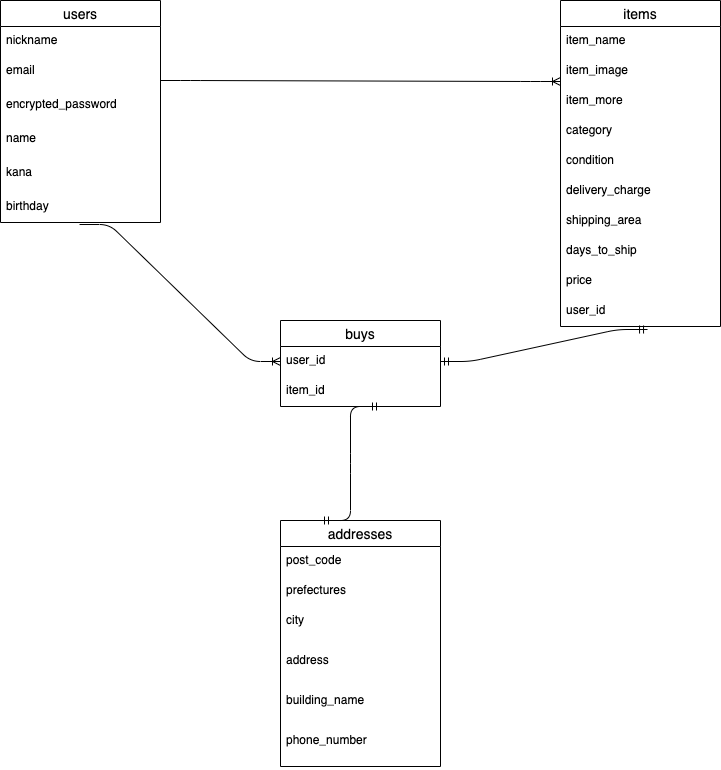
Above: furima.drawio.png in IKECHAN79/furima-37592 (draw.io), before the change. Source tidied: cells renumbered, new cells last; positions are measured from the earlier drawing's top-left corner, leaving out a move shared by most shapes. Source of this version:
```xml
<mxGraphModel>
  <root>
    <mxCell id="0" />
    <mxCell id="1" parent="0" />
    <mxCell id="2" value="users" style="swimlane;fontStyle=0;horizontal=1;startSize=26;align=center;fontSize=14;" parent="1" vertex="1">
      <mxGeometry width="160" height="222" as="geometry" />
    </mxCell>
    <mxCell id="3" value="nickname" style="text;strokeColor=none;fillColor=none;spacingLeft=4;spacingRight=4;overflow=hidden;fontSize=12;" parent="2" vertex="1">
      <mxGeometry y="26" width="160" height="30" as="geometry" />
    </mxCell>
    <mxCell id="4" value="email" style="text;strokeColor=none;fillColor=none;spacingLeft=4;spacingRight=4;overflow=hidden;fontSize=12;" parent="2" vertex="1">
      <mxGeometry y="56" width="160" height="30" as="geometry" />
    </mxCell>
    <mxCell id="5" value="encrypted_password" style="text;strokeColor=none;fillColor=none;spacingLeft=4;spacingRight=4;overflow=hidden;fontSize=12;verticalAlign=middle;" parent="2" vertex="1">
      <mxGeometry y="86" width="160" height="34" as="geometry" />
    </mxCell>
    <mxCell id="6" value="name" style="text;strokeColor=none;fillColor=none;spacingLeft=4;spacingRight=4;overflow=hidden;fontSize=12;verticalAlign=middle;" parent="2" vertex="1">
      <mxGeometry y="120" width="160" height="34" as="geometry" />
    </mxCell>
    <mxCell id="7" value="kana" style="text;strokeColor=none;fillColor=none;spacingLeft=4;spacingRight=4;overflow=hidden;fontSize=12;verticalAlign=middle;" parent="2" vertex="1">
      <mxGeometry y="154" width="160" height="34" as="geometry" />
    </mxCell>
    <mxCell id="8" value="birthday" style="text;strokeColor=none;fillColor=none;spacingLeft=4;spacingRight=4;overflow=hidden;points=[[0,0.5],[1,0.5]];portConstraint=eastwest;fontSize=12;verticalAlign=middle;" parent="2" vertex="1">
      <mxGeometry y="188" width="160" height="34" as="geometry" />
    </mxCell>
    <mxCell id="9" value="items" style="swimlane;fontStyle=0;horizontal=1;startSize=26;align=center;fontSize=14;" parent="1" vertex="1">
      <mxGeometry x="560" width="160" height="326" as="geometry" />
    </mxCell>
    <mxCell id="10" value="item_name" style="text;strokeColor=none;fillColor=none;spacingLeft=4;spacingRight=4;overflow=hidden;fontSize=12;" parent="9" vertex="1">
      <mxGeometry y="26" width="160" height="30" as="geometry" />
    </mxCell>
    <mxCell id="11" value="item_image" style="text;strokeColor=none;fillColor=none;spacingLeft=4;spacingRight=4;overflow=hidden;fontSize=12;" parent="9" vertex="1">
      <mxGeometry y="56" width="160" height="30" as="geometry" />
    </mxCell>
    <mxCell id="12" value="item_more" style="text;strokeColor=none;fillColor=none;spacingLeft=4;spacingRight=4;overflow=hidden;fontSize=12;" parent="9" vertex="1">
      <mxGeometry y="86" width="160" height="30" as="geometry" />
    </mxCell>
    <mxCell id="13" value="category" style="text;strokeColor=none;fillColor=none;spacingLeft=4;spacingRight=4;overflow=hidden;fontSize=12;" parent="9" vertex="1">
      <mxGeometry y="116" width="160" height="30" as="geometry" />
    </mxCell>
    <mxCell id="14" value="condition" style="text;strokeColor=none;fillColor=none;spacingLeft=4;spacingRight=4;overflow=hidden;fontSize=12;" parent="9" vertex="1">
      <mxGeometry y="146" width="160" height="30" as="geometry" />
    </mxCell>
    <mxCell id="15" value="delivery_charge" style="text;strokeColor=none;fillColor=none;spacingLeft=4;spacingRight=4;overflow=hidden;fontSize=12;" parent="9" vertex="1">
      <mxGeometry y="176" width="160" height="30" as="geometry" />
    </mxCell>
    <mxCell id="16" value="shipping_area" style="text;strokeColor=none;fillColor=none;spacingLeft=4;spacingRight=4;overflow=hidden;fontSize=12;" parent="9" vertex="1">
      <mxGeometry y="206" width="160" height="30" as="geometry" />
    </mxCell>
    <mxCell id="17" value="days_to_ship" style="text;strokeColor=none;fillColor=none;spacingLeft=4;spacingRight=4;overflow=hidden;fontSize=12;" parent="9" vertex="1">
      <mxGeometry y="236" width="160" height="30" as="geometry" />
    </mxCell>
    <mxCell id="18" value="price" style="text;strokeColor=none;fillColor=none;spacingLeft=4;spacingRight=4;overflow=hidden;fontSize=12;" parent="9" vertex="1">
      <mxGeometry y="266" width="160" height="30" as="geometry" />
    </mxCell>
    <mxCell id="19" value="user_id" style="text;strokeColor=none;fillColor=none;spacingLeft=4;spacingRight=4;overflow=hidden;points=[[0,0.5],[1,0.5]];portConstraint=eastwest;fontSize=12;" parent="9" vertex="1">
      <mxGeometry y="296" width="160" height="30" as="geometry" />
    </mxCell>
    <mxCell id="20" value="buys" style="swimlane;fontStyle=0;horizontal=1;startSize=26;align=center;fontSize=14;fontColor=default;" parent="1" vertex="1">
      <mxGeometry x="280" y="320" width="160" height="86" as="geometry" />
    </mxCell>
    <mxCell id="21" value="user_id" style="text;strokeColor=none;fillColor=none;spacingLeft=4;spacingRight=4;overflow=hidden;points=[[0,0.5],[1,0.5]];portConstraint=eastwest;fontSize=12;" parent="20" vertex="1">
      <mxGeometry y="26" width="160" height="30" as="geometry" />
    </mxCell>
    <mxCell id="22" value="item_id" style="text;strokeColor=none;fillColor=none;spacingLeft=4;spacingRight=4;overflow=hidden;fontSize=12;" parent="20" vertex="1">
      <mxGeometry y="56" width="160" height="30" as="geometry" />
    </mxCell>
    <mxCell id="23" value="addresses" style="swimlane;fontStyle=0;horizontal=1;startSize=26;align=center;fontSize=14;" parent="1" vertex="1">
      <mxGeometry x="280" y="520" width="160" height="246" as="geometry" />
    </mxCell>
    <mxCell id="24" value="post_code" style="text;strokeColor=none;fillColor=none;spacingLeft=4;spacingRight=4;overflow=hidden;fontSize=12;" parent="23" vertex="1">
      <mxGeometry y="26" width="160" height="30" as="geometry" />
    </mxCell>
    <mxCell id="25" value="prefectures" style="text;strokeColor=none;fillColor=none;spacingLeft=4;spacingRight=4;overflow=hidden;fontSize=12;" parent="23" vertex="1">
      <mxGeometry y="56" width="160" height="30" as="geometry" />
    </mxCell>
    <mxCell id="26" value="city" style="text;strokeColor=none;fillColor=none;spacingLeft=4;spacingRight=4;overflow=hidden;fontSize=12;" parent="23" vertex="1">
      <mxGeometry y="86" width="160" height="40" as="geometry" />
    </mxCell>
    <mxCell id="27" value="address" style="text;strokeColor=none;fillColor=none;spacingLeft=4;spacingRight=4;overflow=hidden;fontSize=12;" parent="23" vertex="1">
      <mxGeometry y="126" width="160" height="40" as="geometry" />
    </mxCell>
    <mxCell id="28" value="building_name" style="text;strokeColor=none;fillColor=none;spacingLeft=4;spacingRight=4;overflow=hidden;fontSize=12;" parent="23" vertex="1">
      <mxGeometry y="166" width="160" height="40" as="geometry" />
    </mxCell>
    <mxCell id="29" value="phone_number" style="text;strokeColor=none;fillColor=none;spacingLeft=4;spacingRight=4;overflow=hidden;fontSize=12;" parent="23" vertex="1">
      <mxGeometry y="206" width="160" height="40" as="geometry" />
    </mxCell>
    <mxCell id="30" style="edgeStyle=entityRelationEdgeStyle;fontSize=12;html=1;endArrow=ERoneToMany;" parent="1" edge="1">
      <mxGeometry relative="1" as="geometry">
        <mxPoint x="160" y="80" as="sourcePoint" />
        <mxPoint x="560" y="81" as="targetPoint" />
      </mxGeometry>
    </mxCell>
    <mxCell id="31" style="edgeStyle=entityRelationEdgeStyle;fontSize=12;html=1;endArrow=ERmandOne;startArrow=ERmandOne;exitX=0.25;exitY=0;exitDx=0;exitDy=0;" parent="1" edge="1" source="23">
      <mxGeometry relative="1" as="geometry">
        <mxPoint x="380" y="406" as="targetPoint" />
      </mxGeometry>
    </mxCell>
    <mxCell id="32" style="edgeStyle=entityRelationEdgeStyle;fontSize=12;html=1;endArrow=ERoneToMany;fontColor=default;exitX=0.494;exitY=1.059;exitDx=0;exitDy=0;exitPerimeter=0;entryX=0;entryY=0.5;entryDx=0;entryDy=0;" parent="1" edge="1" source="8" target="21">
      <mxGeometry relative="1" as="geometry" />
    </mxCell>
    <mxCell id="33" style="edgeStyle=entityRelationEdgeStyle;fontSize=12;html=1;endArrow=ERmandOne;startArrow=ERmandOne;fontColor=default;exitX=1;exitY=0.5;exitDx=0;exitDy=0;entryX=0.544;entryY=1.1;entryDx=0;entryDy=0;entryPerimeter=0;" parent="1" edge="1" source="21" target="19">
      <mxGeometry relative="1" as="geometry" />
    </mxCell>
  </root>
</mxGraphModel>
```
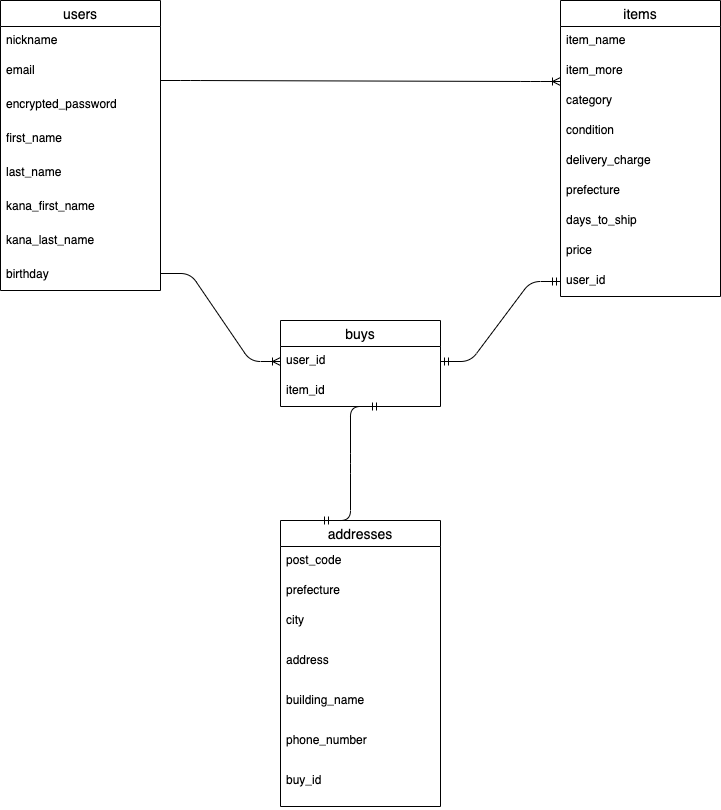
The same file after the commit.

Commit message:
データーベース設計修正①

Change to the diagram source:
```diff
@@ -3,7 +3,7 @@
     <mxCell id="0" />
     <mxCell id="1" parent="0" />
     <mxCell id="2" value="users" style="swimlane;fontStyle=0;horizontal=1;startSize=26;align=center;fontSize=14;" parent="1" vertex="1">
-      <mxGeometry width="160" height="222" as="geometry" />
+      <mxGeometry width="160" height="290" as="geometry" />
     </mxCell>
     <mxCell id="3" value="nickname" style="text;strokeColor=none;fillColor=none;spacingLeft=4;spacingRight=4;overflow=hidden;fontSize=12;" parent="2" vertex="1">
       <mxGeometry y="26" width="160" height="30" as="geometry" />
@@ -14,47 +14,50 @@
     <mxCell id="5" value="encrypted_password" style="text;strokeColor=none;fillColor=none;spacingLeft=4;spacingRight=4;overflow=hidden;fontSize=12;verticalAlign=middle;" parent="2" vertex="1">
       <mxGeometry y="86" width="160" height="34" as="geometry" />
     </mxCell>
+    <mxCell id="34" value="first_name" style="text;strokeColor=none;fillColor=none;spacingLeft=4;spacingRight=4;overflow=hidden;fontSize=12;verticalAlign=middle;" parent="2" vertex="1">
+      <mxGeometry y="120" width="160" height="34" as="geometry" />
+    </mxCell>
-    <mxCell id="6" value="name" style="text;strokeColor=none;fillColor=none;spacingLeft=4;spacingRight=4;overflow=hidden;fontSize=12;verticalAlign=middle;" parent="2" vertex="1">
-      <mxGeometry y="120" width="160" height="34" as="geometry" />
+    <mxCell id="6" value="last_name" style="text;strokeColor=none;fillColor=none;spacingLeft=4;spacingRight=4;overflow=hidden;fontSize=12;verticalAlign=middle;" parent="2" vertex="1">
+      <mxGeometry y="154" width="160" height="34" as="geometry" />
     </mxCell>
-    <mxCell id="7" value="kana" style="text;strokeColor=none;fillColor=none;spacingLeft=4;spacingRight=4;overflow=hidden;fontSize=12;verticalAlign=middle;" parent="2" vertex="1">
-      <mxGeometry y="154" width="160" height="34" as="geometry" />
-    </mxCell>
+    <mxCell id="35" value="kana_first_name" style="text;strokeColor=none;fillColor=none;spacingLeft=4;spacingRight=4;overflow=hidden;fontSize=12;verticalAlign=middle;" parent="2" vertex="1">
+      <mxGeometry y="188" width="160" height="34" as="geometry" />
+    </mxCell>
+    <mxCell id="36" value="kana_last_name" style="text;strokeColor=none;fillColor=none;spacingLeft=4;spacingRight=4;overflow=hidden;fontSize=12;verticalAlign=middle;" parent="2" vertex="1">
+      <mxGeometry y="222" width="160" height="34" as="geometry" />
+    </mxCell>
     <mxCell id="8" value="birthday" style="text;strokeColor=none;fillColor=none;spacingLeft=4;spacingRight=4;overflow=hidden;points=[[0,0.5],[1,0.5]];portConstraint=eastwest;fontSize=12;verticalAlign=middle;" parent="2" vertex="1">
-      <mxGeometry y="188" width="160" height="34" as="geometry" />
+      <mxGeometry y="256" width="160" height="34" as="geometry" />
     </mxCell>
     <mxCell id="9" value="items" style="swimlane;fontStyle=0;horizontal=1;startSize=26;align=center;fontSize=14;" parent="1" vertex="1">
-      <mxGeometry x="560" width="160" height="326" as="geometry" />
+      <mxGeometry x="560" width="160" height="296" as="geometry" />
     </mxCell>
     <mxCell id="10" value="item_name" style="text;strokeColor=none;fillColor=none;spacingLeft=4;spacingRight=4;overflow=hidden;fontSize=12;" parent="9" vertex="1">
       <mxGeometry y="26" width="160" height="30" as="geometry" />
     </mxCell>
-    <mxCell id="11" value="item_image" style="text;strokeColor=none;fillColor=none;spacingLeft=4;spacingRight=4;overflow=hidden;fontSize=12;" parent="9" vertex="1">
-      <mxGeometry y="56" width="160" height="30" as="geometry" />
-    </mxCell>
     <mxCell id="12" value="item_more" style="text;strokeColor=none;fillColor=none;spacingLeft=4;spacingRight=4;overflow=hidden;fontSize=12;" parent="9" vertex="1">
-      <mxGeometry y="86" width="160" height="30" as="geometry" />
+      <mxGeometry y="56" width="160" height="30" as="geometry" />
     </mxCell>
     <mxCell id="13" value="category" style="text;strokeColor=none;fillColor=none;spacingLeft=4;spacingRight=4;overflow=hidden;fontSize=12;" parent="9" vertex="1">
-      <mxGeometry y="116" width="160" height="30" as="geometry" />
+      <mxGeometry y="86" width="160" height="30" as="geometry" />
     </mxCell>
     <mxCell id="14" value="condition" style="text;strokeColor=none;fillColor=none;spacingLeft=4;spacingRight=4;overflow=hidden;fontSize=12;" parent="9" vertex="1">
-      <mxGeometry y="146" width="160" height="30" as="geometry" />
+      <mxGeometry y="116" width="160" height="30" as="geometry" />
     </mxCell>
     <mxCell id="15" value="delivery_charge" style="text;strokeColor=none;fillColor=none;spacingLeft=4;spacingRight=4;overflow=hidden;fontSize=12;" parent="9" vertex="1">
-      <mxGeometry y="176" width="160" height="30" as="geometry" />
+      <mxGeometry y="146" width="160" height="30" as="geometry" />
     </mxCell>
-    <mxCell id="16" value="shipping_area" style="text;strokeColor=none;fillColor=none;spacingLeft=4;spacingRight=4;overflow=hidden;fontSize=12;" parent="9" vertex="1">
-      <mxGeometry y="206" width="160" height="30" as="geometry" />
-    </mxCell>
+    <mxCell id="37" value="prefecture" style="text;strokeColor=none;fillColor=none;spacingLeft=4;spacingRight=4;overflow=hidden;fontSize=12;" parent="9" vertex="1">
+      <mxGeometry y="176" width="160" height="30" as="geometry" />
+    </mxCell>
     <mxCell id="17" value="days_to_ship" style="text;strokeColor=none;fillColor=none;spacingLeft=4;spacingRight=4;overflow=hidden;fontSize=12;" parent="9" vertex="1">
-      <mxGeometry y="236" width="160" height="30" as="geometry" />
+      <mxGeometry y="206" width="160" height="30" as="geometry" />
     </mxCell>
     <mxCell id="18" value="price" style="text;strokeColor=none;fillColor=none;spacingLeft=4;spacingRight=4;overflow=hidden;fontSize=12;" parent="9" vertex="1">
-      <mxGeometry y="266" width="160" height="30" as="geometry" />
+      <mxGeometry y="236" width="160" height="30" as="geometry" />
     </mxCell>
     <mxCell id="19" value="user_id" style="text;strokeColor=none;fillColor=none;spacingLeft=4;spacingRight=4;overflow=hidden;points=[[0,0.5],[1,0.5]];portConstraint=eastwest;fontSize=12;" parent="9" vertex="1">
-      <mxGeometry y="296" width="160" height="30" as="geometry" />
+      <mxGeometry y="266" width="160" height="30" as="geometry" />
     </mxCell>
     <mxCell id="20" value="buys" style="swimlane;fontStyle=0;horizontal=1;startSize=26;align=center;fontSize=14;fontColor=default;" parent="1" vertex="1">
       <mxGeometry x="280" y="320" width="160" height="86" as="geometry" />
@@ -66,12 +69,12 @@
       <mxGeometry y="56" width="160" height="30" as="geometry" />
     </mxCell>
     <mxCell id="23" value="addresses" style="swimlane;fontStyle=0;horizontal=1;startSize=26;align=center;fontSize=14;" parent="1" vertex="1">
-      <mxGeometry x="280" y="520" width="160" height="246" as="geometry" />
+      <mxGeometry x="280" y="520" width="160" height="286" as="geometry" />
     </mxCell>
     <mxCell id="24" value="post_code" style="text;strokeColor=none;fillColor=none;spacingLeft=4;spacingRight=4;overflow=hidden;fontSize=12;" parent="23" vertex="1">
       <mxGeometry y="26" width="160" height="30" as="geometry" />
     </mxCell>
-    <mxCell id="25" value="prefectures" style="text;strokeColor=none;fillColor=none;spacingLeft=4;spacingRight=4;overflow=hidden;fontSize=12;" parent="23" vertex="1">
+    <mxCell id="25" value="prefecture" style="text;strokeColor=none;fillColor=none;spacingLeft=4;spacingRight=4;overflow=hidden;fontSize=12;" parent="23" vertex="1">
       <mxGeometry y="56" width="160" height="30" as="geometry" />
     </mxCell>
     <mxCell id="26" value="city" style="text;strokeColor=none;fillColor=none;spacingLeft=4;spacingRight=4;overflow=hidden;fontSize=12;" parent="23" vertex="1">
@@ -86,6 +89,9 @@
     <mxCell id="29" value="phone_number" style="text;strokeColor=none;fillColor=none;spacingLeft=4;spacingRight=4;overflow=hidden;fontSize=12;" parent="23" vertex="1">
       <mxGeometry y="206" width="160" height="40" as="geometry" />
     </mxCell>
+    <mxCell id="38" value="buy_id" style="text;strokeColor=none;fillColor=none;spacingLeft=4;spacingRight=4;overflow=hidden;fontSize=12;" parent="23" vertex="1">
+      <mxGeometry y="246" width="160" height="40" as="geometry" />
+    </mxCell>
     <mxCell id="30" style="edgeStyle=entityRelationEdgeStyle;fontSize=12;html=1;endArrow=ERoneToMany;" parent="1" edge="1">
       <mxGeometry relative="1" as="geometry">
         <mxPoint x="160" y="80" as="sourcePoint" />
@@ -97,10 +103,10 @@
         <mxPoint x="380" y="406" as="targetPoint" />
       </mxGeometry>
     </mxCell>
-    <mxCell id="32" style="edgeStyle=entityRelationEdgeStyle;fontSize=12;html=1;endArrow=ERoneToMany;fontColor=default;exitX=0.494;exitY=1.059;exitDx=0;exitDy=0;exitPerimeter=0;entryX=0;entryY=0.5;entryDx=0;entryDy=0;" parent="1" edge="1" source="8" target="21">
+    <mxCell id="32" style="edgeStyle=entityRelationEdgeStyle;fontSize=12;html=1;endArrow=ERoneToMany;fontColor=default;entryX=0;entryY=0.5;entryDx=0;entryDy=0;exitX=1;exitY=0.5;exitDx=0;exitDy=0;" parent="1" edge="1" source="8" target="21">
       <mxGeometry relative="1" as="geometry" />
     </mxCell>
-    <mxCell id="33" style="edgeStyle=entityRelationEdgeStyle;fontSize=12;html=1;endArrow=ERmandOne;startArrow=ERmandOne;fontColor=default;exitX=1;exitY=0.5;exitDx=0;exitDy=0;entryX=0.544;entryY=1.1;entryDx=0;entryDy=0;entryPerimeter=0;" parent="1" edge="1" source="21" target="19">
+    <mxCell id="33" style="edgeStyle=entityRelationEdgeStyle;fontSize=12;html=1;endArrow=ERmandOne;startArrow=ERmandOne;fontColor=default;exitX=1;exitY=0.5;exitDx=0;exitDy=0;entryX=0;entryY=0.5;entryDx=0;entryDy=0;" parent="1" edge="1" source="21" target="19">
       <mxGeometry relative="1" as="geometry" />
     </mxCell>
   </root>
```
